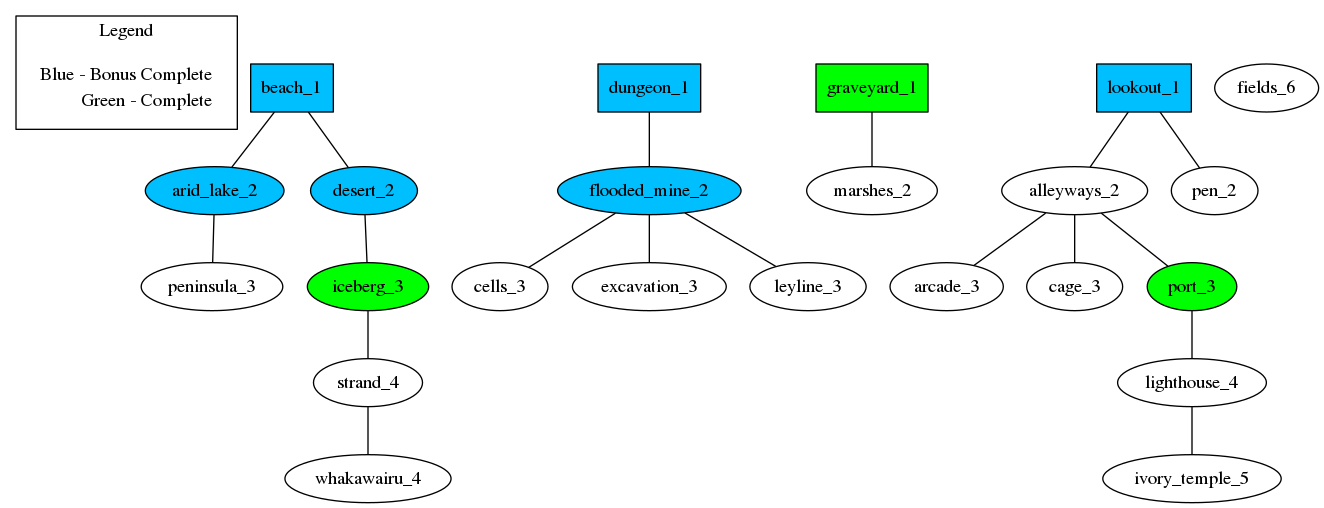
The Graphviz diagram atlas.png in medined/poe-atlas-in-dot, before a commit. Its source is kept beside it as atlas.dot. The source it was exported from:
```dot
graph {
  subgraph cluster_01 {
    node [shape=plaintext]
    label = "Legend";
    key [label=<<table border="0" cellpadding="2" cellspacing="0" cellborder="0">
      <tr><td align="right" port="i1">Blue - Bonus Complete</td></tr>
      <tr><td align="right" port="i2">Green - Complete</td></tr>
      </table>>]
    }

  beach_1  [shape=box, style=filled, fillcolor=deepskyblue];
  dungeon_1 [shape=box, style=filled, fillcolor=deepskyblue];
  graveyard_1 [shape=box, style=filled, fillcolor=green];
  lookout_1 [shape=box, style=filled, fillcolor=deepskyblue];

  alleyways_2;
  arid_lake_2 [style=filled, fillcolor=deepskyblue];
  desert_2 [style=filled, fillcolor=deepskyblue];
  flooded_mine_2 [style=filled, fillcolor=deepskyblue];
  marshes_2;
  pen_2;

  arcade_3;
  cage_3;
  cells_3;
  excavation_3;
  iceberg_3 [style=filled, fillcolor=green];
  leyline_3;
  peninsula_3;
  port_3 [style=filled, fillcolor=green];

  lighthouse_4;
  strand_4;
  whakawairu_4;

  ivory_temple_5;

  fields_6;

  beach_1 -- desert_2;
  beach_1 -- arid_lake_2;
  dungeon_1 -- flooded_mine_2;
  graveyard_1 -- marshes_2;
  lookout_1 -- alleyways_2;
  lookout_1 -- pen_2;

  alleyways_2 -- arcade_3;
  alleyways_2 -- cage_3;
  alleyways_2 -- port_3;
  arid_lake_2 -- peninsula_3;
  desert_2 -- iceberg_3;
  flooded_mine_2 -- leyline_3;
  flooded_mine_2 -- excavation_3;
  flooded_mine_2 -- cells_3;

  iceberg_3 -- strand_4;
  port_3 -- lighthouse_4;
  strand_4 -- whakawairu_4;

  lighthouse_4 -- ivory_temple_5;

}
```
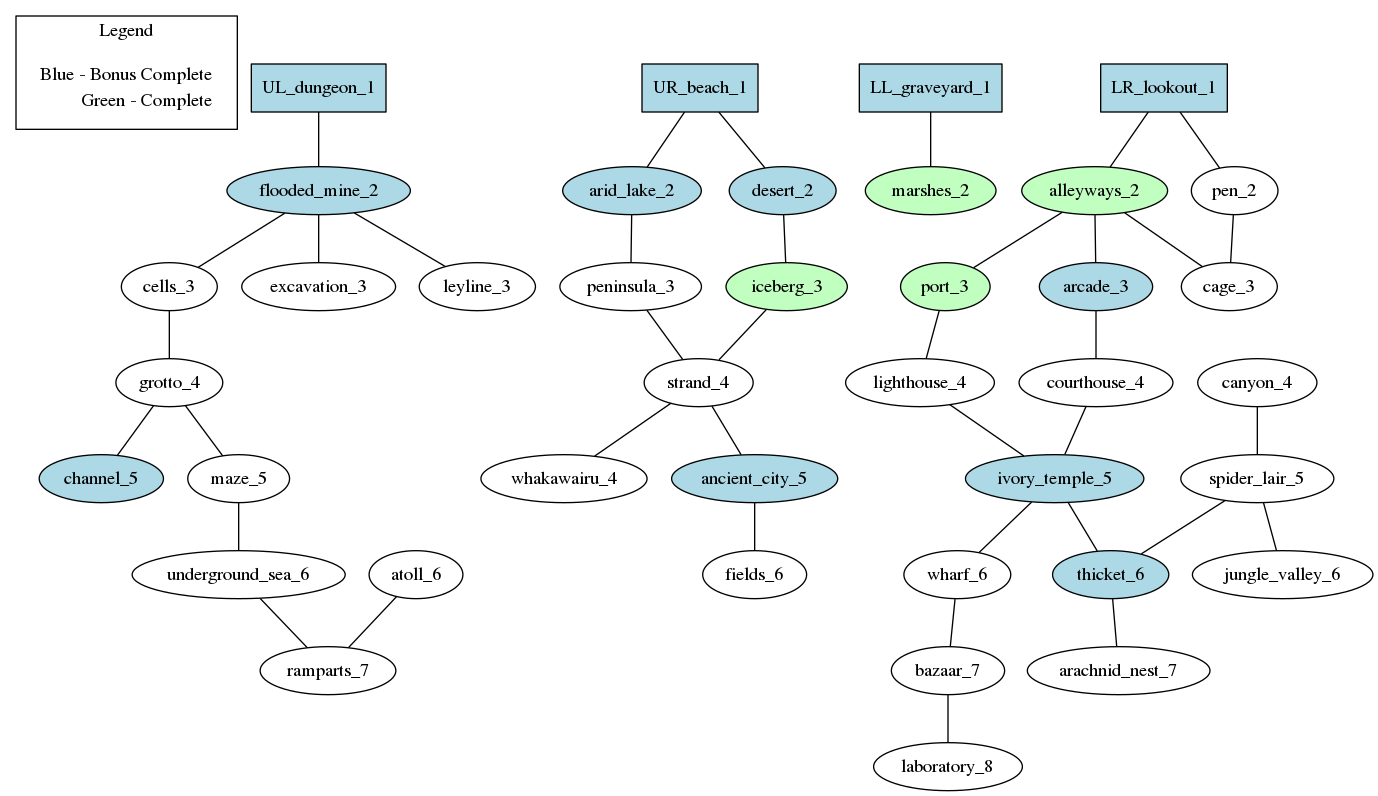
Above is the later version.

What changed in the source:
```diff
@@ -8,41 +8,59 @@
       </table>>]
     }
 
-  beach_1  [shape=box, style=filled, fillcolor=deepskyblue];
-  dungeon_1 [shape=box, style=filled, fillcolor=deepskyblue];
-  graveyard_1 [shape=box, style=filled, fillcolor=green];
-  lookout_1 [shape=box, style=filled, fillcolor=deepskyblue];
+  UL_dungeon_1 [shape=box, style=filled, fillcolor=lightblue];
+  UR_beach_1  [shape=box, style=filled, fillcolor=lightblue];
+  LL_graveyard_1 [shape=box, style=filled, fillcolor=lightblue];
+  LR_lookout_1 [shape=box, style=filled, fillcolor=lightblue];
 
-  alleyways_2;
-  arid_lake_2 [style=filled, fillcolor=deepskyblue];
-  desert_2 [style=filled, fillcolor=deepskyblue];
-  flooded_mine_2 [style=filled, fillcolor=deepskyblue];
-  marshes_2;
+  alleyways_2 [style=filled, fillcolor=darkseagreen1];
+  arid_lake_2 [style=filled, fillcolor=lightblue];
+  desert_2 [style=filled, fillcolor=lightblue];
+  flooded_mine_2 [style=filled, fillcolor=lightblue];
+  marshes_2 [style=filled, fillcolor=darkseagreen1];
   pen_2;
 
-  arcade_3;
+  arcade_3 [style=filled, fillcolor=lightblue];
   cage_3;
   cells_3;
   excavation_3;
-  iceberg_3 [style=filled, fillcolor=green];
+  iceberg_3 [style=filled, fillcolor=darkseagreen1];
   leyline_3;
   peninsula_3;
-  port_3 [style=filled, fillcolor=green];
+  port_3 [style=filled, fillcolor=darkseagreen1];
 
+  canyon_4;
+  courthouse_4;
   lighthouse_4;
+  grotto_4;
   strand_4;
   whakawairu_4;
 
-  ivory_temple_5;
+  ancient_city_5 [style=filled, fillcolor=lightblue];
+  channel_5 [style=filled, fillcolor=lightblue];
+  ivory_temple_5 [style=filled, fillcolor=lightblue];
+  maze_5;
+  spider_lair_5;
 
+  atoll_6;
   fields_6;
+  jungle_valley_6;
+  thicket_6 [style=filled, fillcolor=lightblue];
+  underground_sea_6;
+  wharf_6;
 
-  beach_1 -- desert_2;
-  beach_1 -- arid_lake_2;
-  dungeon_1 -- flooded_mine_2;
-  graveyard_1 -- marshes_2;
-  lookout_1 -- alleyways_2;
-  lookout_1 -- pen_2;
+  arachnid_nest_7;
+  bazaar_7;
+  ramparts_7;
+
+  laboratory_8;
+
+  UR_beach_1 -- desert_2;
+  UR_beach_1 -- arid_lake_2;
+  UL_dungeon_1 -- flooded_mine_2;
+  LL_graveyard_1 -- marshes_2;
+  LR_lookout_1 -- alleyways_2;
+  LR_lookout_1 -- pen_2;
 
   alleyways_2 -- arcade_3;
   alleyways_2 -- cage_3;
@@ -52,11 +70,34 @@
   flooded_mine_2 -- leyline_3;
   flooded_mine_2 -- excavation_3;
   flooded_mine_2 -- cells_3;
+  pen_2 -- cage_3;
 
+  arcade_3 -- courthouse_4;
+  cells_3 -- grotto_4;
   iceberg_3 -- strand_4;
+  peninsula_3 -- strand_4;
   port_3 -- lighthouse_4;
+
+  canyon_4 -- spider_lair_5;
+  courthouse_4 -- ivory_temple_5;
+  grotto_4 -- channel_5;
+  grotto_4 -- maze_5;
+  lighthouse_4 -- ivory_temple_5;
+  strand_4 -- ancient_city_5;
   strand_4 -- whakawairu_4;
 
-  lighthouse_4 -- ivory_temple_5;
+  ancient_city_5 -- fields_6;
+  ivory_temple_5 -- thicket_6;
+  ivory_temple_5 -- wharf_6;
+  maze_5 -- underground_sea_6;
+  spider_lair_5 -- thicket_6;
+  spider_lair_5 -- jungle_valley_6;
+
+  atoll_6 -- ramparts_7;
+  thicket_6 -- arachnid_nest_7;
+  underground_sea_6 -- ramparts_7;
+  wharf_6 -- bazaar_7;
+
+  bazaar_7 -- laboratory_8;
 
 }
```
